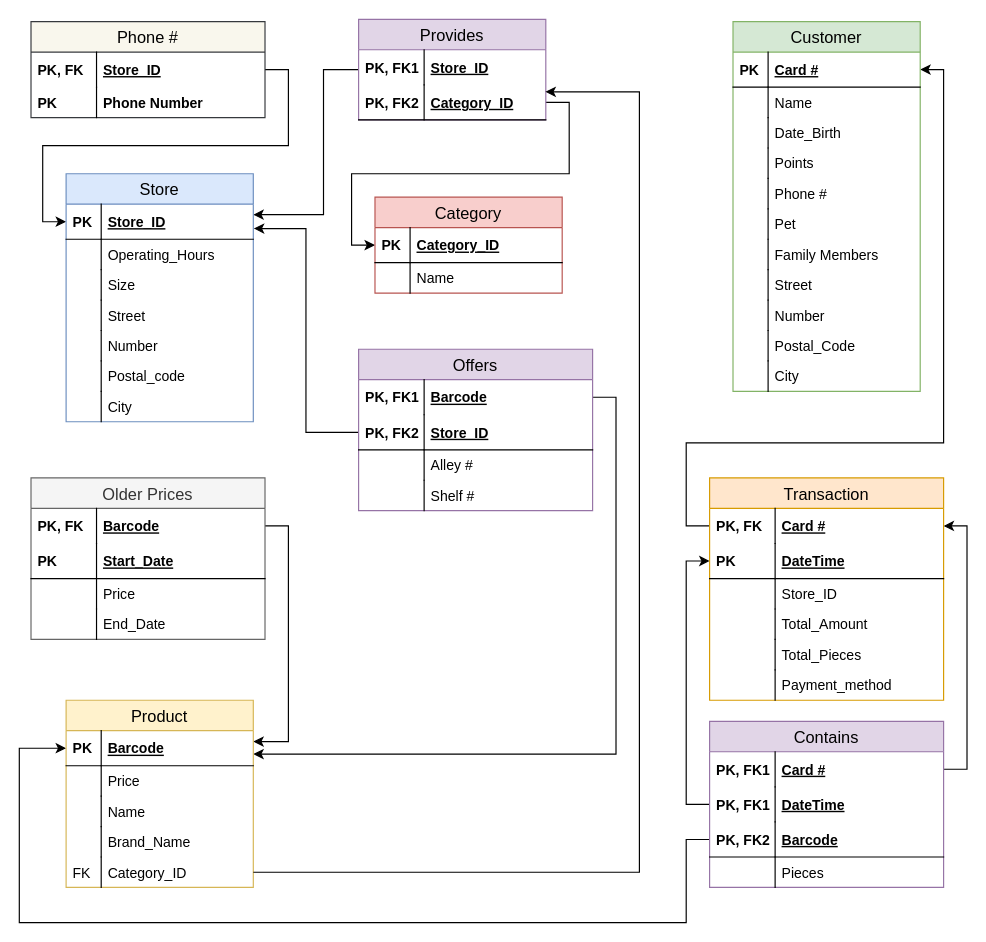
The draw.io diagram 4_Databases/Market_RelationDiagram.drawio in sonqo/ntua-lambda, before the edit. Source tidied: cells renumbered, new cells numbered last; positions are measured from the earlier drawing's top-left corner, leaving out a move shared by most shapes. Both pictures are drawn from the tidied source at 117%, with x=0, y=0 at pixel (19, 19).
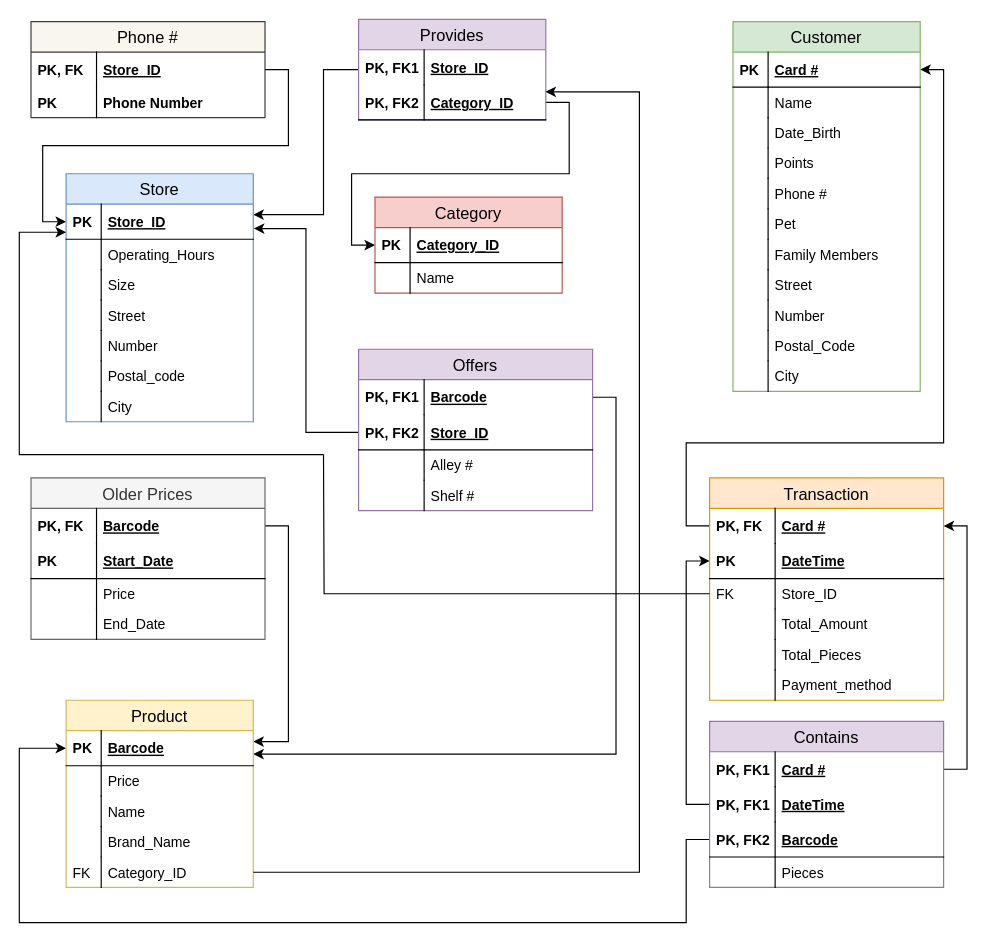
After the change.

Commit message:
Foreign key between Transaction-Store tables added

The change refers to these unchanged cells:
```xml
<mxCell id="18" value="Store_ID" style="shape=partialRectangle;top=0;left=0;right=0;bottom=1;align=left;verticalAlign=middle;fillColor=none;spacingLeft=34;spacingRight=4;overflow=hidden;points=[[0,0.5],[1,0.5]];portConstraint=eastwest;fontStyle=5;fontSize=12;" parent="17" vertex="1">
  <mxGeometry y="26" width="160" height="30" as="geometry" />
</mxCell>
<mxCell id="99" value="Store_ID" style="shape=partialRectangle;top=0;left=0;right=0;bottom=0;align=left;verticalAlign=top;fillColor=none;spacingLeft=60;spacingRight=4;overflow=hidden;points=[[0,0.5],[1,0.5]];portConstraint=eastwest;fontSize=12;" parent="94" vertex="1">
  <mxGeometry y="86" width="200" height="26" as="geometry" />
</mxCell>
```

What changed in the source:
```diff
@@
-    <mxCell id="100" style="shape=partialRectangle;top=0;left=0;bottom=0;fillColor=none;align=left;verticalAlign=top;spacingLeft=4;spacingRight=4;overflow=hidden;fontSize=12;" parent="99" vertex="1">
+    <mxCell id="100" value="FK" style="shape=partialRectangle;top=0;left=0;bottom=0;fillColor=none;align=left;verticalAlign=top;spacingLeft=4;spacingRight=4;overflow=hidden;fontSize=12;" parent="99" vertex="1">
       <mxGeometry width="56" height="26" as="geometry" />
     </mxCell>
@@
+    <mxCell id="117" style="edgeStyle=orthogonalEdgeStyle;rounded=0;jettySize=auto;html=1;endArrow=none;endFill=0;startArrow=classic;startFill=1;" parent="1" edge="1" source="18">
+      <mxGeometry relative="1" as="geometry">
+        <mxPoint x="260" y="372" as="targetPoint" />
+        <Array as="points">
+          <mxPoint y="182" />
+        </Array>
+      </mxGeometry>
+    </mxCell>
+    <mxCell id="118" style="edgeStyle=orthogonalEdgeStyle;rounded=0;jettySize=auto;html=1;startArrow=none;startFill=0;endArrow=none;endFill=0;" parent="1" edge="1" source="99">
+      <mxGeometry relative="1" as="geometry">
+        <mxPoint x="260" y="372" as="targetPoint" />
+      </mxGeometry>
+    </mxCell>
```
